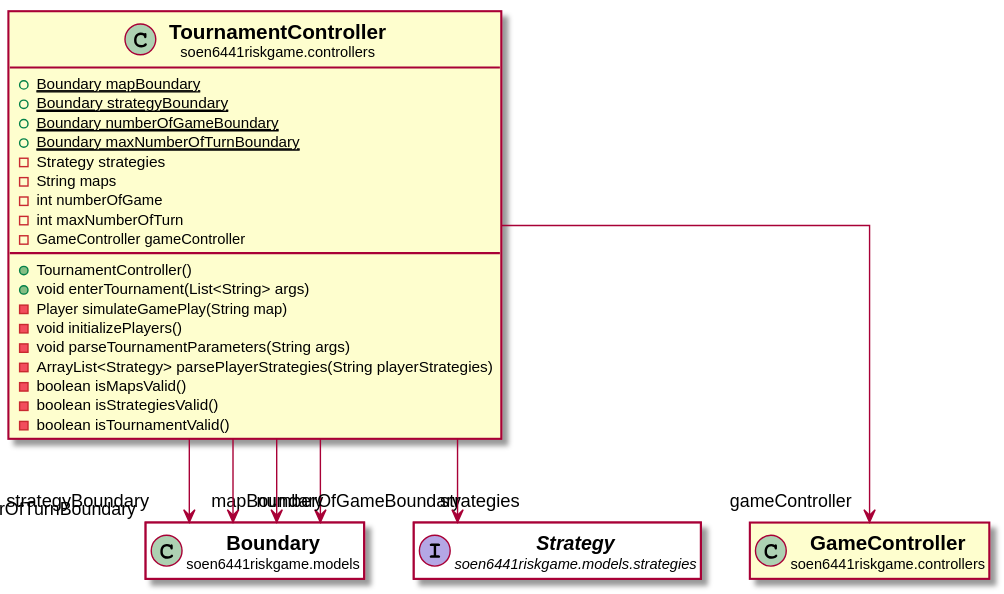
Before: docs/javadocs/soen6441riskgame/controllers/TournamentController.svg, a diagram exported from PlantUML (huntertran/soen6441-riskgame).
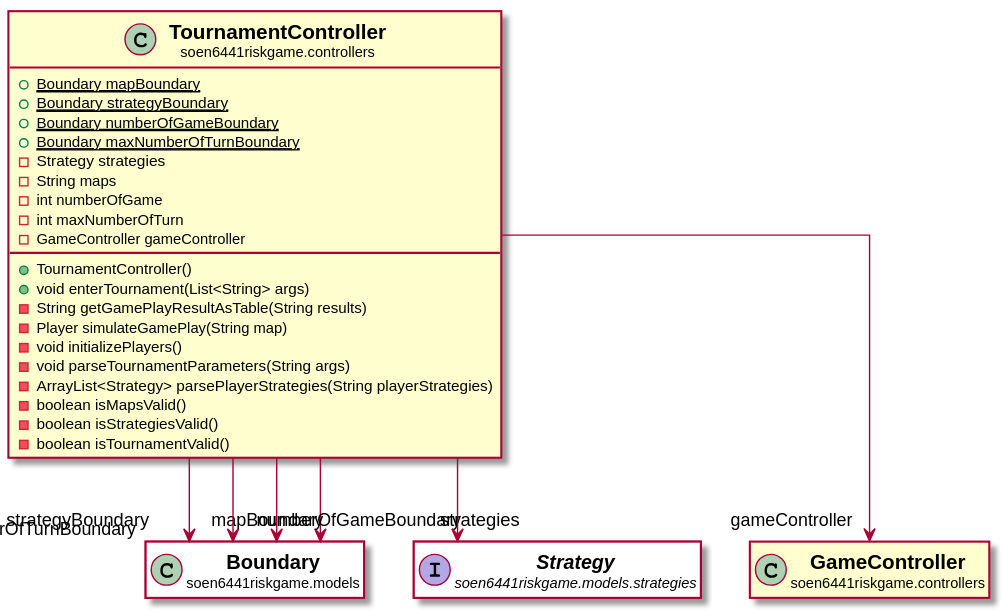
Above is the later version.

The edit, as a diff of the source:
```diff
@@ -15,6 +15,7 @@
 -GameController gameController
 +TournamentController()
 +void enterTournament(List<String> args)
+-String getGamePlayResultAsTable(String results)
 -Player simulateGamePlay(String map)
 -void initializePlayers()
 -void parseTournamentParameters(String args)
```
